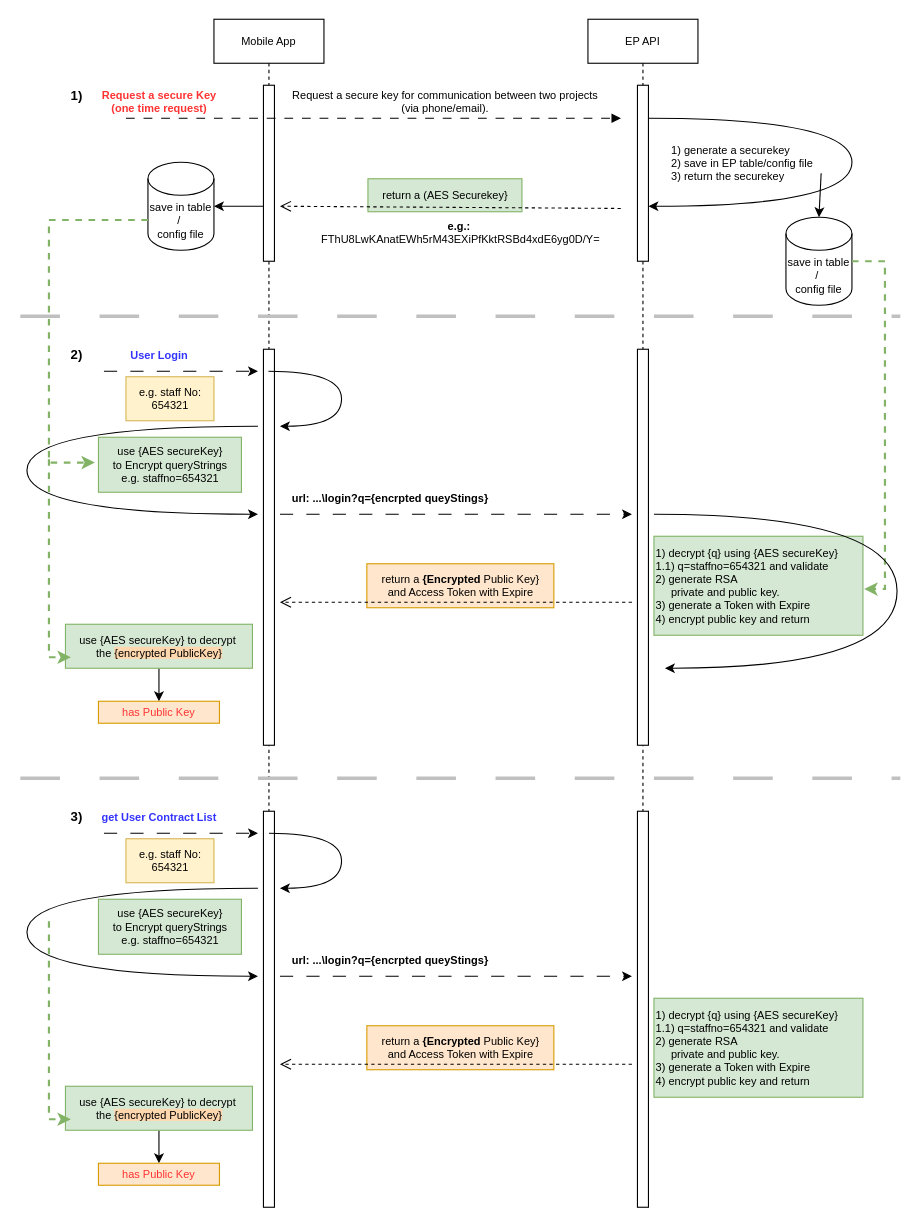
This is employeePortal_API_workflow.drawio from mujianlo/hrpt_drawio, a draw.io file, before an edit. Source tidied: cells renumbered, new cells numbered last; positions are measured from the earlier drawing's top-left corner, leaving out a move shared by most shapes. Both pictures are drawn from the tidied source at 110%, with x=0, y=0 at pixel (20, 19).
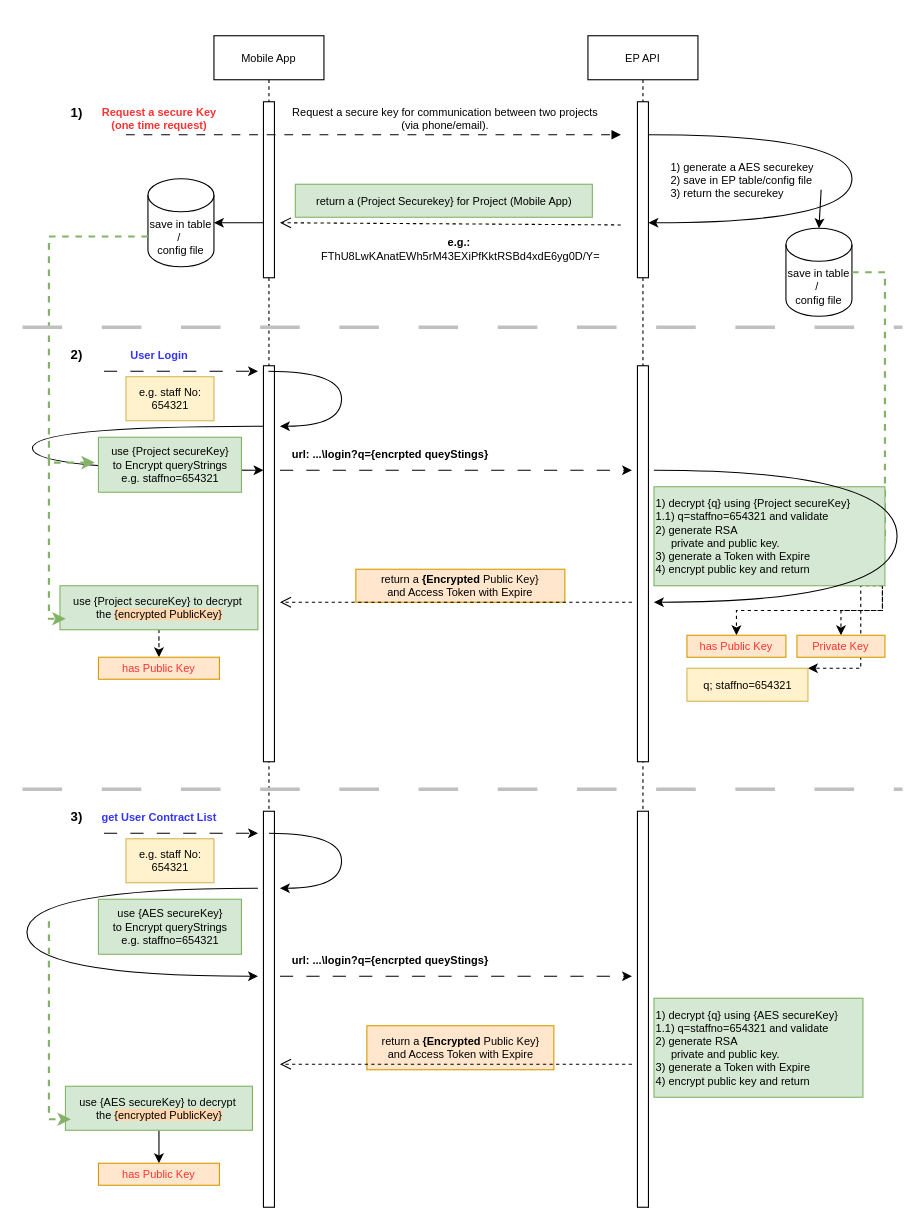
After the change.

The change refers to these unchanged cells:
```xml
<mxCell id="6" style="html=1;points=[[0,0,0,0,5],[0,1,0,0,-5],[1,0,0,0,5],[1,1,0,0,-5]];perimeter=orthogonalPerimeter;outlineConnect=0;targetShapes=umlLifeline;portConstraint=eastwest;newEdgeStyle={&quot;curved&quot;:0,&quot;rounded&quot;:0};fontSize=10;" parent="4" vertex="1">
  <mxGeometry x="45" y="300" width="10" height="360" as="geometry" />
</mxCell>
<mxCell id="9" style="edgeStyle=orthogonalEdgeStyle;rounded=0;orthogonalLoop=1;jettySize=auto;html=1;elbow=vertical;curved=1;fontSize=10;" parent="7" edge="1" source="8" target="8">
  <mxGeometry relative="1" as="geometry">
    <Array as="points">
      <mxPoint x="240" y="90" />
      <mxPoint x="240" y="170" />
    </Array>
  </mxGeometry>
</mxCell>
```

What changed in the source:
```diff
@@
-    <mxCell id="2" value="&lt;div&gt;return a &lt;b&gt;{Encrypted&lt;/b&gt; Public Key}&lt;/div&gt;&lt;div&gt;and Access Token with Expire&lt;br&gt;&lt;/div&gt;" style="text;html=1;align=center;verticalAlign=middle;strokeColor=#d79b00;fillColor=#ffe6cc;fontSize=10;" parent="1" vertex="1">
-      <mxGeometry x="315" y="495" width="170" height="40" as="geometry" />
+    <mxCell id="2" value="&lt;div&gt;return a &lt;b&gt;{Encrypted&lt;/b&gt; Public Key}&lt;/div&gt;&lt;div&gt;and Access Token with Expire&lt;br&gt;&lt;/div&gt;" style="rounded=0;whiteSpace=wrap;html=1;fillColor=#ffe6cc;strokeColor=#d79b00;fontSize=10;fontColor=#000000;" parent="1" vertex="1">
+      <mxGeometry x="305" y="500" width="190" height="30" as="geometry" />
     </mxCell>
-    <mxCell id="3" value="return a (AES Securekey}" style="text;html=1;align=center;verticalAlign=middle;strokeColor=#82b366;fillColor=#d5e8d4;fontSize=10;" parent="1" vertex="1">
-      <mxGeometry x="316" y="145" width="140" height="30" as="geometry" />
+    <mxCell id="3" value="return a (Project Securekey} for Project (Mobile App)" style="text;html=1;align=center;verticalAlign=middle;strokeColor=#82b366;fillColor=#d5e8d4;fontSize=10;" parent="1" vertex="1">
+      <mxGeometry x="250" y="150" width="270" height="30" as="geometry" />
     </mxCell>
     <mxCell id="4" value="Mobile App" style="shape=umlLifeline;perimeter=lifelinePerimeter;whiteSpace=wrap;html=1;outlineConnect=0;portConstraint=eastwest;newEdgeStyle={&quot;edgeStyle&quot;:&quot;elbowEdgeStyle&quot;,&quot;elbow&quot;:&quot;vertical&quot;,&quot;curved&quot;:0,&quot;rounded&quot;:0};fontSize=10;" parent="1" vertex="1">
-      <mxGeometry x="176" width="100" height="940" as="geometry" />
+      <mxGeometry x="176" y="15" width="100" height="940" as="geometry" />
     </mxCell>
@@
     <mxCell id="7" value="EP API" style="shape=umlLifeline;perimeter=lifelinePerimeter;whiteSpace=wrap;html=1;newEdgeStyle={&quot;edgeStyle&quot;:&quot;elbowEdgeStyle&quot;,&quot;elbow&quot;:&quot;vertical&quot;,&quot;curved&quot;:0,&quot;rounded&quot;:0};fontSize=10;" parent="1" vertex="1">
-      <mxGeometry x="516" width="100" height="940" as="geometry" />
+      <mxGeometry x="516" y="15" width="100" height="940" as="geometry" />
     </mxCell>
@@
-    <mxCell id="10" value="&lt;div style=&quot;font-size: 10px;&quot; align=&quot;left&quot;&gt;1) generate a securekey&lt;/div&gt;&lt;div style=&quot;font-size: 10px;&quot; align=&quot;left&quot;&gt;2) save in EP table/config file &lt;br style=&quot;font-size: 10px;&quot;&gt;&lt;/div&gt;&lt;div style=&quot;font-size: 10px;&quot; align=&quot;left&quot;&gt;3) return the securekey&lt;/div&gt;" style="edgeLabel;html=1;align=center;verticalAlign=middle;fontSize=10;" parent="9" vertex="1">
+    <mxCell id="10" value="&lt;div style=&quot;font-size: 10px;&quot; align=&quot;left&quot;&gt;1) generate a AES securekey&lt;/div&gt;&lt;div style=&quot;font-size: 10px;&quot; align=&quot;left&quot;&gt;2) save in EP table/config file &lt;br style=&quot;font-size: 10px;&quot;&gt;&lt;/div&gt;&lt;div style=&quot;font-size: 10px;&quot; align=&quot;left&quot;&gt;3) return the securekey&lt;/div&gt;" style="edgeLabel;html=1;align=center;verticalAlign=middle;fontSize=10;" parent="9" vertex="1">
       <mxGeometry x="0.31" y="-5" relative="1" as="geometry">
         <mxPoint x="-71" y="-35" as="offset" />
       </mxGeometry>
     </mxCell>
@@
     <mxCell id="12" value="Request a secure key for communication between two projects&lt;br style=&quot;font-size: 10px;&quot;&gt;(via phone/email)." style="html=1;verticalAlign=bottom;endArrow=block;edgeStyle=elbowEdgeStyle;elbow=vertical;curved=0;rounded=0;dashed=1;dashPattern=8 8;fontSize=10;" parent="1" edge="1">
       <mxGeometry x="0.29" relative="1" as="geometry">
-        <mxPoint x="96" y="90" as="sourcePoint" />
-        <mxPoint x="546" y="90" as="targetPoint" />
+        <mxPoint x="96" y="105" as="sourcePoint" />
+        <mxPoint x="546" y="105" as="targetPoint" />
       </mxGeometry>
     </mxCell>
     <mxCell id="13" style="html=1;verticalAlign=bottom;endArrow=open;dashed=1;endSize=8;elbow=horizontal;rounded=0;fontSize=10;exitX=1.003;exitY=-0.06;exitDx=0;exitDy=0;exitPerimeter=0;" parent="1" edge="1" source="17">
       <mxGeometry relative="1" as="geometry">
-        <mxPoint x="236" y="170" as="targetPoint" />
+        <mxPoint x="236" y="185" as="targetPoint" />
       </mxGeometry>
     </mxCell>
     <mxCell id="14" style="rounded=0;jettySize=auto;html=1;elbow=vertical;entryX=1;entryY=0.5;entryDx=0;entryDy=0;entryPerimeter=0;fontSize=10;" parent="1" edge="1" target="15">
       <mxGeometry relative="1" as="geometry">
-        <mxPoint x="221" y="170" as="sourcePoint" />
+        <mxPoint x="221" y="185" as="sourcePoint" />
       </mxGeometry>
     </mxCell>
     <mxCell id="15" value="&lt;div style=&quot;font-size: 10px;&quot;&gt;save in table /&amp;nbsp;&lt;/div&gt;&lt;div style=&quot;font-size: 10px;&quot;&gt;config file&lt;br style=&quot;font-size: 10px;&quot;&gt;&lt;/div&gt;" style="shape=cylinder3;whiteSpace=wrap;html=1;boundedLbl=1;backgroundOutline=1;size=15;fontSize=10;" parent="1" vertex="1">
-      <mxGeometry x="116" y="130" width="60" height="80" as="geometry" />
+      <mxGeometry x="116" y="145" width="60" height="80" as="geometry" />
     </mxCell>
     <mxCell id="16" value="Request a secure Key&lt;br style=&quot;font-size: 10px;&quot;&gt;(one time request)" style="text;html=1;align=center;verticalAlign=middle;strokeColor=none;fillColor=none;fontSize=10;fontStyle=1;fontColor=#FF3333;" parent="1" vertex="1">
-      <mxGeometry x="66" y="55" width="120" height="40" as="geometry" />
+      <mxGeometry x="66" y="70" width="120" height="40" as="geometry" />
     </mxCell>
     <mxCell id="17" value="&lt;b style=&quot;font-size: 10px;&quot;&gt;e.g.:&amp;nbsp;&lt;/b&gt;&lt;br style=&quot;font-size: 10px;&quot;&gt;&lt;font style=&quot;font-size: 10px;&quot;&gt;FThU8LwKAnatEWh5rM43EXiPfKktRSBd4xdE6yg0D/Y=&lt;/font&gt;&lt;div style=&quot;font-size: 10px;&quot;&gt;&lt;br style=&quot;font-size: 10px;&quot;&gt;&lt;/div&gt;" style="text;html=1;align=center;verticalAlign=middle;points=[];strokeColor=none;fillColor=none;fontSize=10;" parent="1" vertex="1">
-      <mxGeometry x="255" y="175" width="290" height="50" as="geometry" />
+      <mxGeometry x="255" y="190" width="290" height="50" as="geometry" />
     </mxCell>
     <mxCell id="18" value="&lt;div style=&quot;font-size: 10px;&quot;&gt;save in table /&amp;nbsp;&lt;/div&gt;&lt;div style=&quot;font-size: 10px;&quot;&gt;config file&lt;br style=&quot;font-size: 10px;&quot;&gt;&lt;/div&gt;" style="shape=cylinder3;whiteSpace=wrap;html=1;boundedLbl=1;backgroundOutline=1;size=15;fontSize=10;" parent="1" vertex="1">
-      <mxGeometry x="696" y="180" width="60" height="80" as="geometry" />
+      <mxGeometry x="696" y="190" width="60" height="80" as="geometry" />
     </mxCell>
     <mxCell id="19" style="endArrow=classic;html=1;rounded=0;entryX=0.5;entryY=0;entryDx=0;entryDy=0;entryPerimeter=0;fontSize=10;" parent="1" edge="1" target="18">
       <mxGeometry relative="1" as="geometry">
-        <mxPoint x="728" y="140" as="sourcePoint" />
+        <mxPoint x="728" y="155" as="sourcePoint" />
       </mxGeometry>
     </mxCell>
@@
-    <mxCell id="21" style="edgeStyle=orthogonalEdgeStyle;rounded=0;orthogonalLoop=1;jettySize=auto;html=1;curved=1;fontSize=10;" parent="1" edge="1">
+    <mxCell id="21" style="edgeStyle=orthogonalEdgeStyle;rounded=0;jettySize=auto;html=1;curved=1;fontSize=10;" parent="1" edge="1" source="6">
       <mxGeometry relative="1" as="geometry">
-        <mxPoint x="216" y="370" as="sourcePoint" />
-        <mxPoint x="216" y="450" as="targetPoint" />
+        <mxPoint x="221" y="410" as="targetPoint" />
         <Array as="points">
-          <mxPoint x="6" y="370" />
-          <mxPoint x="6" y="450" />
+          <mxPoint x="11" y="370" />
+          <mxPoint x="11" y="410" />
         </Array>
       </mxGeometry>
     </mxCell>
@@
-    <mxCell id="24" value="&lt;div style=&quot;font-size: 10px;&quot;&gt;use {AES secureKey}&lt;/div&gt;&lt;div style=&quot;font-size: 10px;&quot;&gt;to Encrypt queryStrings&lt;br style=&quot;font-size: 10px;&quot;&gt;e.g. staffno=654321&lt;br&gt;&lt;/div&gt;" style="text;html=1;align=center;verticalAlign=middle;points=[];strokeColor=#82b366;fillColor=#d5e8d4;fontSize=10;" parent="1" vertex="1">
+    <mxCell id="24" value="&lt;div style=&quot;font-size: 10px;&quot;&gt;use {Project secureKey}&lt;/div&gt;&lt;div style=&quot;font-size: 10px;&quot;&gt;to Encrypt queryStrings&lt;br style=&quot;font-size: 10px;&quot;&gt;e.g. staffno=654321&lt;br&gt;&lt;/div&gt;" style="text;html=1;align=center;verticalAlign=middle;points=[];strokeColor=#82b366;fillColor=#d5e8d4;fontSize=10;" parent="1" vertex="1">
       <mxGeometry x="71" y="380" width="130" height="50" as="geometry" />
     </mxCell>
@@
     <mxCell id="26" style="endArrow=classic;html=1;rounded=0;dashed=1;dashPattern=12 12;edgeStyle=elbowEdgeStyle;fontSize=10;" parent="1" edge="1">
       <mxGeometry relative="1" as="geometry">
-        <mxPoint x="236" y="450" as="sourcePoint" />
-        <mxPoint x="556" y="450" as="targetPoint" />
+        <mxPoint x="236" y="410" as="sourcePoint" />
+        <mxPoint x="556" y="410" as="targetPoint" />
       </mxGeometry>
     </mxCell>
     <mxCell id="27" value="url: ...\login?q={encrpted queyStings}" style="text;html=1;align=center;verticalAlign=middle;strokeColor=none;fillColor=none;fontStyle=1;fontSize=10;" parent="1" vertex="1">
-      <mxGeometry x="236" y="420" width="200" height="30" as="geometry" />
+      <mxGeometry x="236" y="380" width="200" height="30" as="geometry" />
     </mxCell>
@@
+    <mxCell id="59" style="edgeStyle=orthogonalEdgeStyle;rounded=0;jettySize=auto;html=1;exitX=0.989;exitY=1;exitDx=0;exitDy=0;exitPerimeter=0;dashed=1;" parent="1" edge="1" source="29" target="63">
+      <mxGeometry relative="1" as="geometry" />
+    </mxCell>
+    <mxCell id="60" style="edgeStyle=orthogonalEdgeStyle;rounded=0;jettySize=auto;html=1;exitX=0.989;exitY=0.978;exitDx=0;exitDy=0;exitPerimeter=0;dashed=1;" parent="1" edge="1" source="29" target="62">
+      <mxGeometry relative="1" as="geometry" />
+    </mxCell>
+    <mxCell id="61" style="edgeStyle=orthogonalEdgeStyle;rounded=0;jettySize=auto;html=1;dashed=1;exitX=0.989;exitY=1;exitDx=0;exitDy=0;exitPerimeter=0;" parent="1" edge="1" source="29" target="64">
+      <mxGeometry relative="1" as="geometry">
+        <Array as="points">
+          <mxPoint x="764" y="590" />
+        </Array>
+      </mxGeometry>
+    </mxCell>
-    <mxCell id="29" value="&lt;div style=&quot;font-size: 10px;&quot;&gt;&lt;font style=&quot;font-size: 10px;&quot;&gt;1) decrypt {q} using {AES secureKey}&lt;br style=&quot;font-size: 10px;&quot;&gt;&lt;/font&gt;&lt;/div&gt;&lt;div style=&quot;font-size: 10px;&quot;&gt;&lt;font style=&quot;font-size: 10px;&quot;&gt;1.1) q=staffno=654321 and validate&lt;br style=&quot;font-size: 10px;&quot;&gt;&lt;/font&gt;&lt;/div&gt;&lt;div style=&quot;font-size: 10px;&quot;&gt;&lt;font style=&quot;font-size: 10px;&quot;&gt;2) generate RSA&lt;/font&gt;&lt;/div&gt;&lt;div style=&quot;font-size: 10px;&quot;&gt;&lt;font style=&quot;font-size: 10px;&quot;&gt;&lt;font style=&quot;font-size: 10px;&quot;&gt;&amp;nbsp; &amp;nbsp;&amp;nbsp; private and public key.&lt;/font&gt;&lt;/font&gt;&lt;/div&gt;&lt;div style=&quot;font-size: 10px;&quot;&gt;&lt;font style=&quot;font-size: 10px;&quot;&gt;&lt;font style=&quot;font-size: 10px;&quot;&gt;3) generate a Token with Expire&lt;br&gt;&lt;/font&gt;&lt;/font&gt;&lt;/div&gt;&lt;div&gt;4) encrypt public key and return&lt;br&gt;&lt;/div&gt;" style="text;html=1;align=left;verticalAlign=middle;points=[];strokeColor=#82b366;fillColor=#d5e8d4;fontSize=10;" parent="1" vertex="1">
-      <mxGeometry x="576" y="470" width="190" height="90" as="geometry" />
+    <mxCell id="29" value="&lt;div style=&quot;font-size: 10px;&quot;&gt;&lt;font style=&quot;font-size: 10px;&quot;&gt;1) decrypt {q} using {Project secureKey}&lt;br style=&quot;font-size: 10px;&quot;&gt;&lt;/font&gt;&lt;/div&gt;&lt;div style=&quot;font-size: 10px;&quot;&gt;&lt;font style=&quot;font-size: 10px;&quot;&gt;1.1) q=staffno=654321 and validate&lt;br style=&quot;font-size: 10px;&quot;&gt;&lt;/font&gt;&lt;/div&gt;&lt;div style=&quot;font-size: 10px;&quot;&gt;&lt;font style=&quot;font-size: 10px;&quot;&gt;2) generate RSA&lt;/font&gt;&lt;/div&gt;&lt;div style=&quot;font-size: 10px;&quot;&gt;&lt;font style=&quot;font-size: 10px;&quot;&gt;&lt;font style=&quot;font-size: 10px;&quot;&gt;&amp;nbsp; &amp;nbsp;&amp;nbsp; private and public key.&lt;/font&gt;&lt;/font&gt;&lt;/div&gt;&lt;div style=&quot;font-size: 10px;&quot;&gt;&lt;font style=&quot;font-size: 10px;&quot;&gt;&lt;font style=&quot;font-size: 10px;&quot;&gt;3) generate a Token with Expire&lt;br&gt;&lt;/font&gt;&lt;/font&gt;&lt;/div&gt;&lt;div&gt;4) encrypt public key and return&lt;br&gt;&lt;/div&gt;" style="text;html=1;align=left;verticalAlign=middle;points=[];strokeColor=#82b366;fillColor=#d5e8d4;fontSize=10;" parent="1" vertex="1">
+      <mxGeometry x="576" y="425" width="210" height="90" as="geometry" />
     </mxCell>
@@
     <mxCell id="31" style="edgeStyle=orthogonalEdgeStyle;rounded=0;orthogonalLoop=1;jettySize=auto;html=1;elbow=vertical;curved=1;fontSize=10;" parent="1" edge="1">
       <mxGeometry relative="1" as="geometry">
-        <mxPoint x="576" y="450" as="sourcePoint" />
-        <mxPoint x="586" y="590" as="targetPoint" />
+        <mxPoint x="576" y="410" as="sourcePoint" />
+        <mxPoint x="576" y="530" as="targetPoint" />
         <Array as="points">
-          <mxPoint x="797" y="450" />
-          <mxPoint x="797" y="590" />
+          <mxPoint x="797" y="410" />
+          <mxPoint x="797" y="530" />
         </Array>
       </mxGeometry>
     </mxCell>
     <mxCell id="32" style="endArrow=none;dashed=1;html=1;rounded=0;dashPattern=12 12;fillColor=#e1d5e7;strokeColor=#c0c0c0;strokeWidth=3;" parent="1" edge="1">
       <mxGeometry relative="1" as="geometry">
-        <mxPoint y="270" as="sourcePoint" />
-        <mxPoint x="800" y="270" as="targetPoint" />
+        <mxPoint x="2" y="280" as="sourcePoint" />
+        <mxPoint x="802" y="280" as="targetPoint" />
       </mxGeometry>
     </mxCell>
-    <mxCell id="33" style="edgeStyle=orthogonalEdgeStyle;rounded=0;jettySize=auto;html=1;" parent="1" edge="1" source="34" target="36">
+    <mxCell id="33" style="edgeStyle=orthogonalEdgeStyle;rounded=0;jettySize=auto;html=1;dashed=1;" parent="1" edge="1" source="34" target="36">
       <mxGeometry relative="1" as="geometry" />
     </mxCell>
-    <mxCell id="34" value="&lt;div&gt;use {AES secureKey} to decrypt&amp;nbsp;&lt;/div&gt;&lt;div&gt;the &lt;span style=&quot;background-color: rgb(255, 215, 174);&quot;&gt;{encrypted PublicKey}&lt;/span&gt;&lt;/div&gt;" style="text;html=1;align=center;verticalAlign=middle;points=[];strokeColor=#82b366;fillColor=#d5e8d4;fontSize=10;" parent="1" vertex="1">
-      <mxGeometry x="41" y="550" width="170" height="40" as="geometry" />
+    <mxCell id="34" value="&lt;div&gt;use {Project secureKey} to decrypt&amp;nbsp;&lt;/div&gt;&lt;div&gt;the &lt;span style=&quot;background-color: rgb(255, 215, 174);&quot;&gt;{encrypted PublicKey}&lt;/span&gt;&lt;/div&gt;" style="text;html=1;align=center;verticalAlign=middle;points=[];strokeColor=#82b366;fillColor=#d5e8d4;fontSize=10;" parent="1" vertex="1">
+      <mxGeometry x="36" y="515" width="180" height="40" as="geometry" />
     </mxCell>
@@
     <mxCell id="36" value="has Public Key" style="rounded=0;whiteSpace=wrap;html=1;fillColor=#ffe6cc;strokeColor=#d79b00;fontSize=10;fontColor=#FF3333;" parent="1" vertex="1">
-      <mxGeometry x="71" y="620" width="110" height="20" as="geometry" />
+      <mxGeometry x="71" y="580" width="110" height="20" as="geometry" />
     </mxCell>
@@
     <mxCell id="38" style="endArrow=none;dashed=1;html=1;rounded=0;dashPattern=12 12;fillColor=#e1d5e7;strokeColor=#c0c0c0;strokeWidth=3;" parent="1" edge="1">
       <mxGeometry relative="1" as="geometry">
-        <mxPoint y="690" as="sourcePoint" />
-        <mxPoint x="800" y="690" as="targetPoint" />
+        <mxPoint x="2" y="700" as="sourcePoint" />
+        <mxPoint x="802" y="700" as="targetPoint" />
       </mxGeometry>
     </mxCell>
     <mxCell id="39" value="1)" style="text;html=1;align=center;verticalAlign=middle;strokeColor=none;fillColor=none;fontStyle=1;" parent="1" vertex="1">
-      <mxGeometry x="36" y="55" width="30" height="30" as="geometry" />
+      <mxGeometry x="36" y="70" width="30" height="30" as="geometry" />
     </mxCell>
@@
+    <mxCell id="62" value="has Public Key" style="rounded=0;whiteSpace=wrap;html=1;fillColor=#ffe6cc;strokeColor=#d79b00;fontSize=10;fontColor=#FF3333;" parent="1" vertex="1">
+      <mxGeometry x="606" y="560" width="90" height="20" as="geometry" />
+    </mxCell>
+    <mxCell id="63" value="Private Key" style="rounded=0;whiteSpace=wrap;html=1;fillColor=#ffe6cc;strokeColor=#d79b00;fontSize=10;fontColor=#FF3333;" parent="1" vertex="1">
+      <mxGeometry x="706" y="560" width="80" height="20" as="geometry" />
+    </mxCell>
+    <mxCell id="64" value="q; staffno=654321" style="text;html=1;align=center;verticalAlign=middle;points=[];strokeColor=#d6b656;fillColor=#fff2cc;fontSize=10;" parent="1" vertex="1">
+      <mxGeometry x="606" y="590" width="110" height="30" as="geometry" />
+    </mxCell>
```
